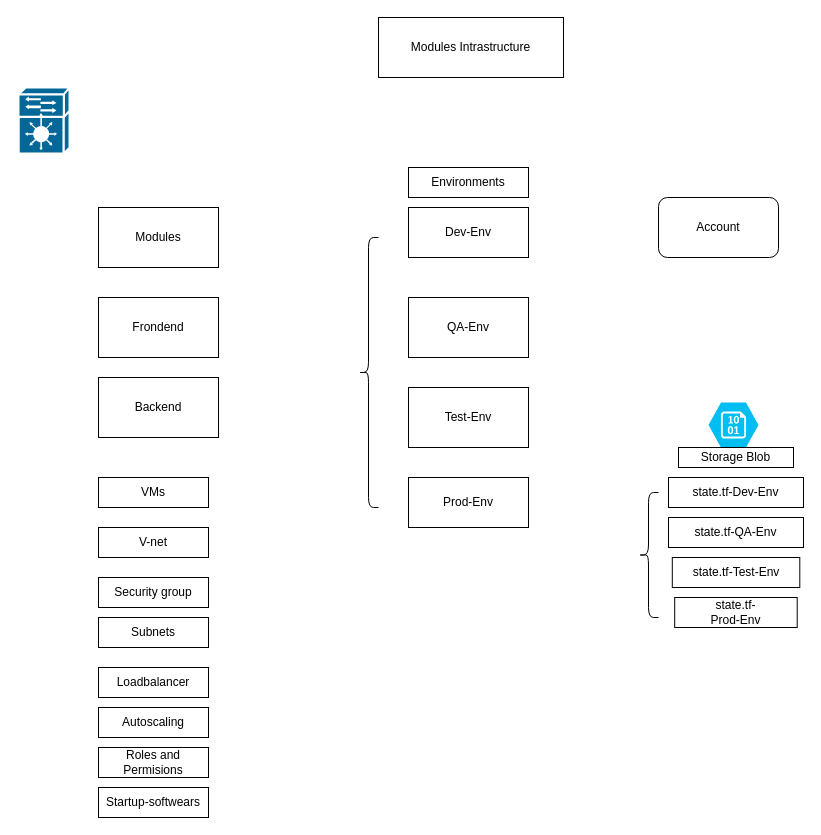
This is project2.drawio from baskarguru22/awsproject, a draw.io file, before an edit. Source tidied: cells renumbered, new cells numbered last; positions are measured from the earlier drawing's top-left corner, leaving out a move shared by most shapes. Both pictures are drawn from the tidied source at 100%, with x=0, y=0 at pixel (18, 17).
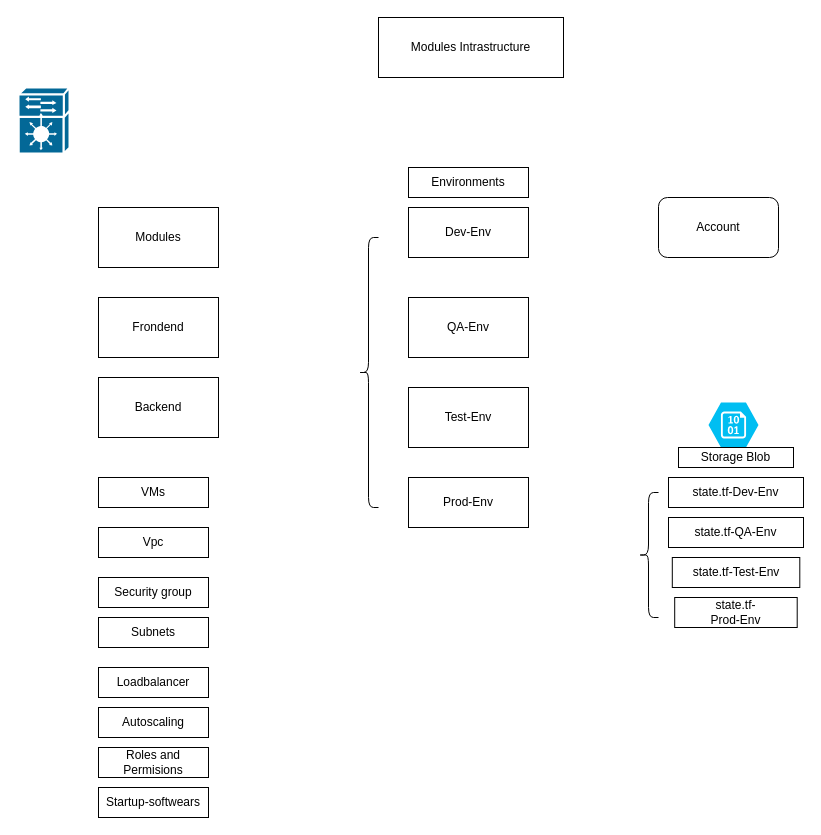
The same page after the edit.

The edit, as a diff of the source:
```diff
@@
-    <mxCell id="10" value="V-net" style="rounded=0;whiteSpace=wrap;html=1;" parent="1" vertex="1">
+    <mxCell id="10" value="Vpc" style="rounded=0;whiteSpace=wrap;html=1;" parent="1" vertex="1">
       <mxGeometry x="80" y="510" width="110" height="30" as="geometry" />
     </mxCell>
```
